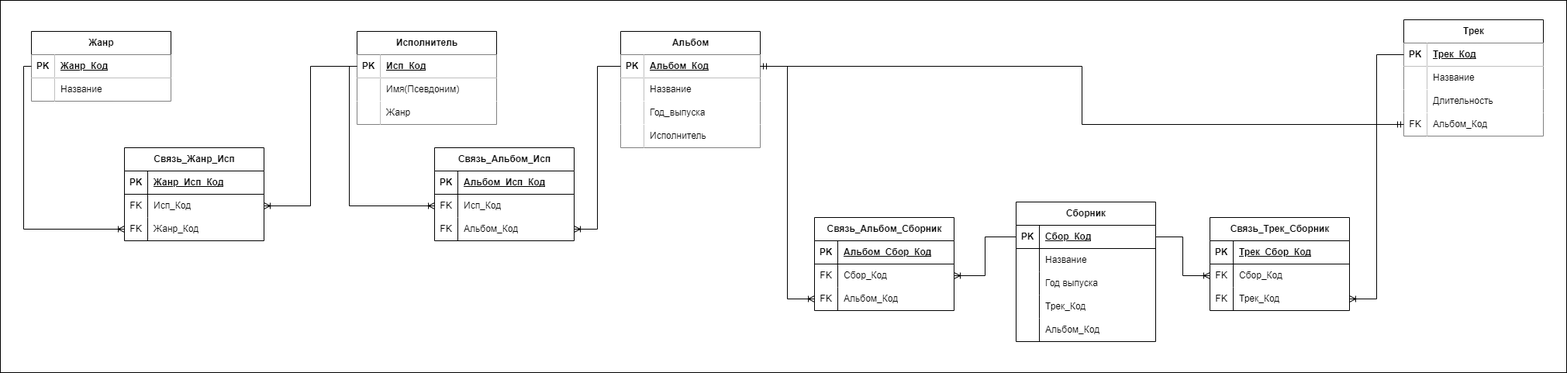
Before: Musical_Site_2.png, a diagram exported from draw.io (OpyssMagnuum/DB_Musical_Site). Source tidied: cells renumbered, new cells last; positions are measured from the earlier drawing's top-left corner, leaving out a move shared by most shapes.
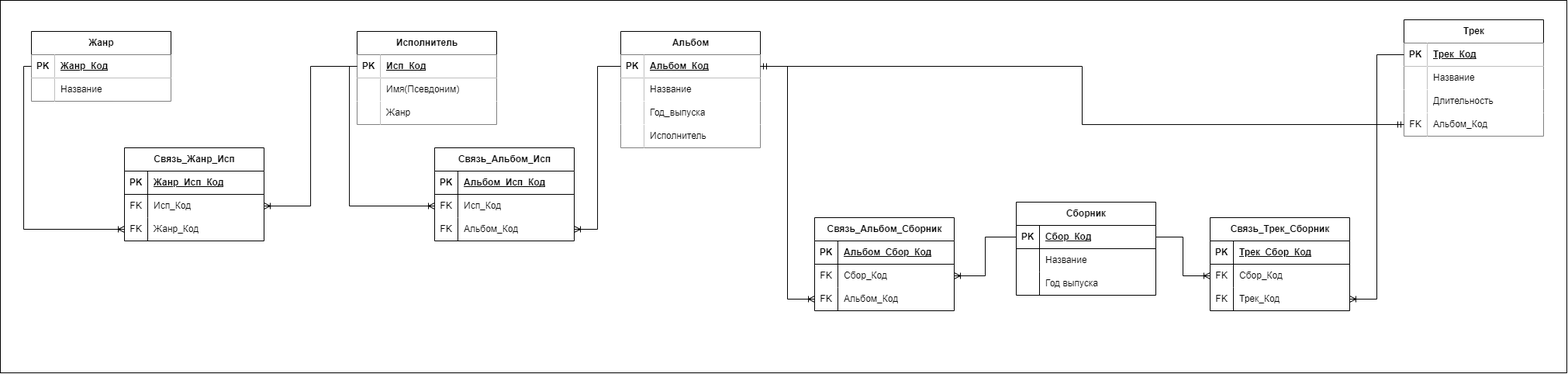
The same file after the commit.

The edit, as a diff of the source:
```diff
@@ -135,7 +135,7 @@
       <mxGeometry x="30" width="150" height="30" as="geometry" />
     </mxCell>
     <mxCell id="46" value="Сборник" style="shape=table;startSize=30;rowLines=0;fontStyle=1;align=center;html=1;" parent="1" vertex="1">
-      <mxGeometry x="1310" y="260" width="180" height="180" as="geometry" />
+      <mxGeometry x="1310" y="260" width="180" height="120" as="geometry" />
     </mxCell>
     <mxCell id="47" style="shape=tableRow;horizontal=0;startSize=0;swimlaneHead=0;swimlaneBody=0;fillColor=none;points=[[0,0.5],[1,0.5]];portConstraint=eastwest;top=0;left=0;right=0;bottom=1;" parent="46" vertex="1">
       <mxGeometry y="30" width="180" height="30" as="geometry" />
@@ -164,24 +164,6 @@
     <mxCell id="55" value="Год выпуска" style="shape=partialRectangle;fillColor=none;top=0;left=0;bottom=0;right=0;align=left;spacingLeft=6;overflow=hidden;whiteSpace=wrap;html=1;" parent="53" vertex="1">
       <mxGeometry x="30" width="150" height="30" as="geometry" />
     </mxCell>
-    <mxCell id="56" style="shape=tableRow;horizontal=0;startSize=0;swimlaneHead=0;swimlaneBody=0;fillColor=none;top=0;left=0;right=0;bottom=0;" parent="46" vertex="1">
-      <mxGeometry y="120" width="180" height="30" as="geometry" />
-    </mxCell>
-    <mxCell id="57" style="shape=partialRectangle;fillColor=none;top=0;left=0;bottom=0;right=0;overflow=hidden;whiteSpace=wrap;html=1;" parent="56" vertex="1">
-      <mxGeometry width="30" height="30" as="geometry" />
-    </mxCell>
-    <mxCell id="58" value="Трек_Код" style="shape=partialRectangle;fillColor=none;top=0;left=0;bottom=0;right=0;align=left;spacingLeft=6;overflow=hidden;whiteSpace=wrap;html=1;" parent="56" vertex="1">
-      <mxGeometry x="30" width="150" height="30" as="geometry" />
-    </mxCell>
-    <mxCell id="59" style="shape=tableRow;horizontal=0;startSize=0;swimlaneHead=0;swimlaneBody=0;fillColor=none;top=0;left=0;right=0;bottom=0;" parent="46" vertex="1">
-      <mxGeometry y="150" width="180" height="30" as="geometry" />
-    </mxCell>
-    <mxCell id="60" style="shape=partialRectangle;fillColor=none;top=0;left=0;bottom=0;right=0;overflow=hidden;whiteSpace=wrap;html=1;" parent="59" vertex="1">
-      <mxGeometry width="30" height="30" as="geometry" />
-    </mxCell>
-    <mxCell id="61" value="Альбом_Код" style="shape=partialRectangle;fillColor=none;top=0;left=0;bottom=0;right=0;align=left;spacingLeft=6;overflow=hidden;whiteSpace=wrap;html=1;" parent="59" vertex="1">
-      <mxGeometry x="30" width="150" height="30" as="geometry" />
-    </mxCell>
     <mxCell id="62" value="Связь_Жанр_Исп" style="shape=table;startSize=30;rowLines=0;fontStyle=1;align=center;html=1;" parent="1" vertex="1">
       <mxGeometry x="160" y="190" width="180" height="120" as="geometry" />
     </mxCell>
```
